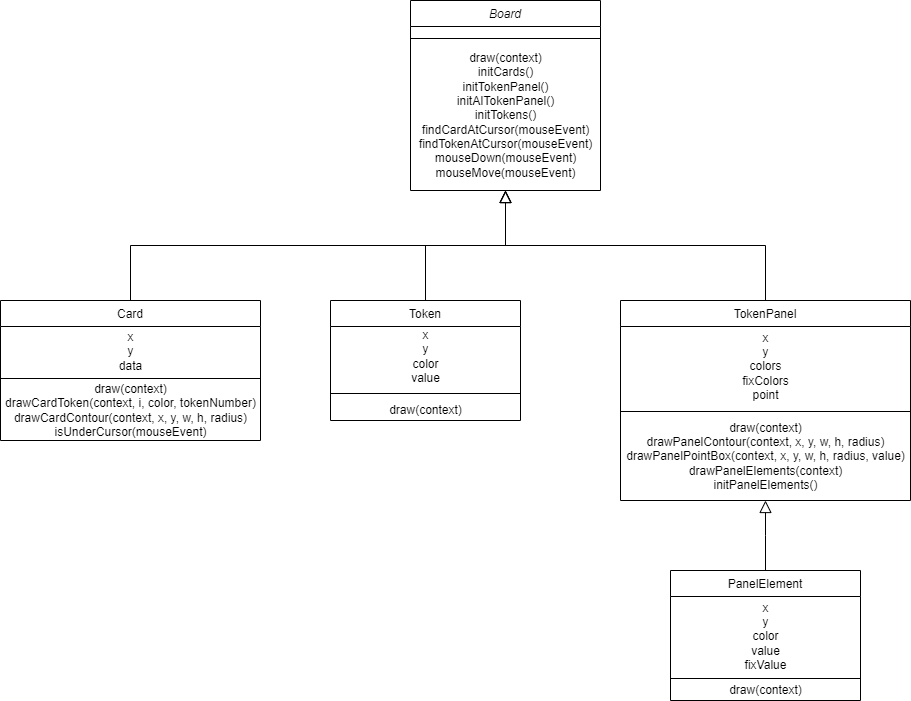
Before: docs/Spelndor_UML.png, a diagram exported from draw.io (KollarMaTT/Szakdolgozat). Source tidied: cells renumbered, new cells last; positions are measured from the earlier drawing's top-left corner, leaving out a move shared by most shapes. Its diagram source:
```xml
<mxGraphModel>
  <root>
    <mxCell id="0" />
    <mxCell id="1" parent="0" />
    <mxCell id="2" value="Board" style="swimlane;fontStyle=2;align=center;verticalAlign=top;horizontal=1;startSize=26;rounded=0;shadow=0;strokeWidth=1;" parent="1" vertex="1">
      <mxGeometry x="410" width="190" height="190" as="geometry" />
    </mxCell>
    <mxCell id="3" style="line;html=1;strokeWidth=1;align=left;verticalAlign=middle;spacingTop=-1;spacingLeft=3;spacingRight=3;labelPosition=right;" parent="2" vertex="1">
      <mxGeometry y="26" width="190" height="24" as="geometry" />
    </mxCell>
    <mxCell id="4" value="draw(context)&lt;br&gt;initCards()&lt;br&gt;initTokenPanel()&lt;br&gt;initAITokenPanel()&lt;br&gt;initTokens()&lt;br&gt;findCardAtCursor(mouseEvent)&lt;br&gt;findTokenAtCursor(mouseEvent)&lt;br&gt;mouseDown(mouseEvent)&lt;br&gt;mouseMove(mouseEvent)&lt;br&gt;" style="text;html=1;align=center;verticalAlign=middle;strokeColor=none;fillColor=none;" parent="2" vertex="1">
      <mxGeometry y="50" width="190" height="130" as="geometry" />
    </mxCell>
    <mxCell id="5" value="Card" style="swimlane;fontStyle=0;align=center;verticalAlign=top;horizontal=1;startSize=26;rounded=0;shadow=0;strokeWidth=1;" parent="1" vertex="1">
      <mxGeometry y="300" width="260" height="140" as="geometry" />
    </mxCell>
    <mxCell id="6" value="x&lt;br&gt;y&lt;br&gt;data" style="text;html=1;align=center;verticalAlign=middle;strokeColor=none;fillColor=none;" parent="5" vertex="1">
      <mxGeometry y="26" width="260" height="50" as="geometry" />
    </mxCell>
    <mxCell id="7" style="line;html=1;strokeWidth=1;align=left;verticalAlign=middle;spacingTop=-1;spacingLeft=3;spacingRight=3;labelPosition=right;" parent="5" vertex="1">
      <mxGeometry y="76" width="260" height="4" as="geometry" />
    </mxCell>
    <mxCell id="8" value="draw(context)&lt;br&gt;drawCardToken(context, i, color, tokenNumber)&lt;br&gt;drawCardContour(context, x, y, w, h, radius)&lt;br&gt;isUnderCursor(mouseEvent)&lt;br&gt;" style="text;html=1;align=center;verticalAlign=middle;strokeColor=none;fillColor=none;" parent="5" vertex="1">
      <mxGeometry y="80" width="260" height="60" as="geometry" />
    </mxCell>
    <mxCell id="9" style="endArrow=block;endSize=10;endFill=0;shadow=0;strokeWidth=1;rounded=0;edgeStyle=elbowEdgeStyle;elbow=vertical;" parent="1" edge="1" source="5" target="2">
      <mxGeometry relative="1" as="geometry" />
    </mxCell>
    <mxCell id="10" value="TokenPanel" style="swimlane;fontStyle=0;align=center;verticalAlign=top;horizontal=1;startSize=26;rounded=0;shadow=0;strokeWidth=1;" parent="1" vertex="1">
      <mxGeometry x="620" y="300" width="290" height="200" as="geometry" />
    </mxCell>
    <mxCell id="11" value="x&lt;br&gt;y&lt;br&gt;colors&lt;br&gt;fixColors&lt;br&gt;point" style="text;html=1;align=center;verticalAlign=middle;strokeColor=none;fillColor=none;" parent="10" vertex="1">
      <mxGeometry y="26" width="290" height="80" as="geometry" />
    </mxCell>
    <mxCell id="12" style="line;html=1;strokeWidth=1;align=left;verticalAlign=middle;spacingTop=-1;spacingLeft=3;spacingRight=3;labelPosition=right;" parent="10" vertex="1">
      <mxGeometry y="106" width="290" height="10" as="geometry" />
    </mxCell>
    <mxCell id="13" value="draw(context)&lt;br&gt;drawPanelContour(context, x, y, w, h, radius)&lt;br&gt;drawPanelPointBox(context, x, y, w, h, radius, value)&lt;br&gt;drawPanelElements(context)&lt;br&gt;initPanelElements()" style="text;html=1;align=center;verticalAlign=middle;strokeColor=none;fillColor=none;" parent="10" vertex="1">
      <mxGeometry y="116" width="290" height="80" as="geometry" />
    </mxCell>
    <mxCell id="14" style="endArrow=block;endSize=10;endFill=0;shadow=0;strokeWidth=1;rounded=0;edgeStyle=elbowEdgeStyle;elbow=vertical;" parent="1" edge="1" source="10" target="2">
      <mxGeometry relative="1" as="geometry" />
    </mxCell>
    <mxCell id="15" value="Token" style="swimlane;fontStyle=0;align=center;verticalAlign=top;horizontal=1;startSize=26;rounded=0;shadow=0;strokeWidth=1;" parent="1" vertex="1">
      <mxGeometry x="330" y="300" width="190" height="120" as="geometry" />
    </mxCell>
    <mxCell id="16" value="x&lt;br&gt;y&lt;br&gt;color&lt;br&gt;value" style="text;html=1;align=center;verticalAlign=middle;strokeColor=none;fillColor=none;" parent="15" vertex="1">
      <mxGeometry y="26" width="190" height="60" as="geometry" />
    </mxCell>
    <mxCell id="17" style="line;html=1;strokeWidth=1;align=left;verticalAlign=middle;spacingTop=-1;spacingLeft=3;spacingRight=3;labelPosition=right;" parent="15" vertex="1">
      <mxGeometry y="86" width="190" height="14" as="geometry" />
    </mxCell>
    <mxCell id="18" value="draw(context)" style="text;html=1;align=center;verticalAlign=middle;strokeColor=none;fillColor=none;" parent="15" vertex="1">
      <mxGeometry y="100" width="190" height="20" as="geometry" />
    </mxCell>
    <mxCell id="19" style="endArrow=block;endSize=10;endFill=0;shadow=0;strokeWidth=1;rounded=0;edgeStyle=elbowEdgeStyle;elbow=vertical;exitX=0.5;exitY=0;exitDx=0;exitDy=0;entryX=0.5;entryY=1;entryDx=0;entryDy=0;" parent="1" edge="1" source="15" target="2">
      <mxGeometry relative="1" as="geometry" />
    </mxCell>
    <mxCell id="20" value="PanelElement" style="swimlane;fontStyle=0;align=center;verticalAlign=top;horizontal=1;startSize=26;rounded=0;shadow=0;strokeWidth=1;" parent="1" vertex="1">
      <mxGeometry x="670" y="570" width="190" height="130" as="geometry" />
    </mxCell>
    <mxCell id="21" value="x&lt;br&gt;y&lt;br&gt;color&lt;br&gt;value&lt;br&gt;fixValue" style="text;html=1;align=center;verticalAlign=middle;strokeColor=none;fillColor=none;" parent="20" vertex="1">
      <mxGeometry y="26" width="190" height="80" as="geometry" />
    </mxCell>
    <mxCell id="22" style="line;html=1;strokeWidth=1;align=left;verticalAlign=middle;spacingTop=-1;spacingLeft=3;spacingRight=3;labelPosition=right;" parent="20" vertex="1">
      <mxGeometry y="106" width="190" height="4" as="geometry" />
    </mxCell>
    <mxCell id="23" value="draw(context)&lt;br&gt;" style="text;html=1;align=center;verticalAlign=middle;strokeColor=none;fillColor=none;" parent="20" vertex="1">
      <mxGeometry y="110" width="190" height="20" as="geometry" />
    </mxCell>
    <mxCell id="24" style="endArrow=block;endSize=10;endFill=0;shadow=0;strokeWidth=1;rounded=0;edgeStyle=elbowEdgeStyle;elbow=vertical;entryX=0.5;entryY=1;entryDx=0;entryDy=0;exitX=0.5;exitY=0;exitDx=0;exitDy=0;" parent="1" edge="1" source="20" target="10">
      <mxGeometry relative="1" as="geometry" />
    </mxCell>
  </root>
</mxGraphModel>
```
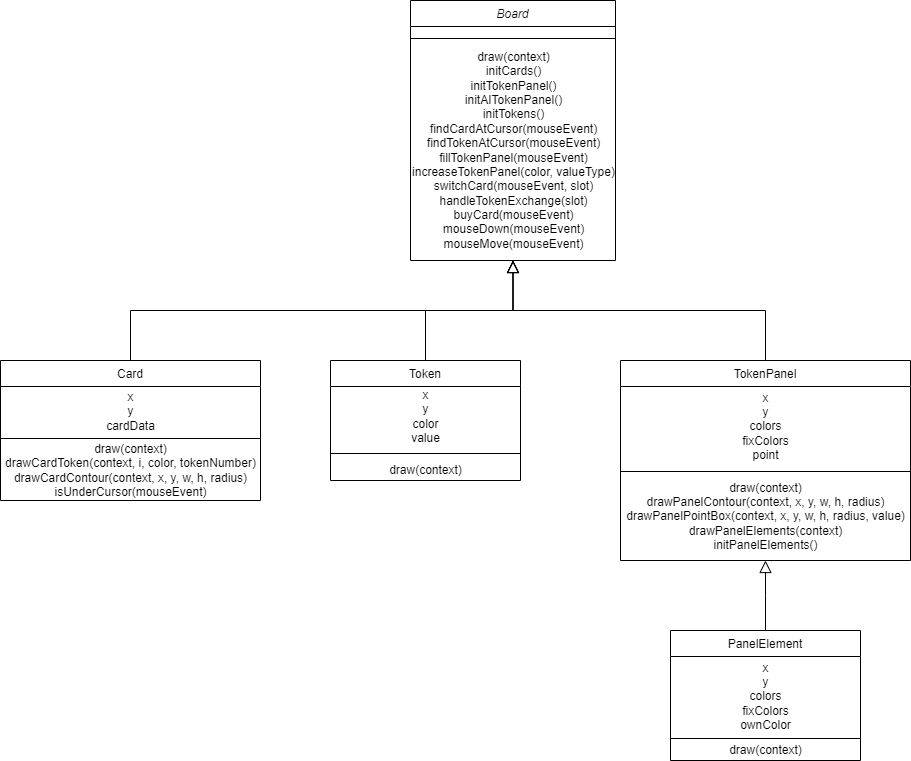
The same diagram one commit later.

What changed in the source:
```diff
@@ -3,18 +3,18 @@
     <mxCell id="0" />
     <mxCell id="1" parent="0" />
     <mxCell id="2" value="Board" style="swimlane;fontStyle=2;align=center;verticalAlign=top;horizontal=1;startSize=26;rounded=0;shadow=0;strokeWidth=1;" parent="1" vertex="1">
-      <mxGeometry x="410" width="190" height="190" as="geometry" />
+      <mxGeometry x="410" y="-60" width="205" height="260" as="geometry" />
     </mxCell>
     <mxCell id="3" style="line;html=1;strokeWidth=1;align=left;verticalAlign=middle;spacingTop=-1;spacingLeft=3;spacingRight=3;labelPosition=right;" parent="2" vertex="1">
-      <mxGeometry y="26" width="190" height="24" as="geometry" />
+      <mxGeometry y="26" width="205" height="24" as="geometry" />
     </mxCell>
-    <mxCell id="4" value="draw(context)&lt;br&gt;initCards()&lt;br&gt;initTokenPanel()&lt;br&gt;initAITokenPanel()&lt;br&gt;initTokens()&lt;br&gt;findCardAtCursor(mouseEvent)&lt;br&gt;findTokenAtCursor(mouseEvent)&lt;br&gt;mouseDown(mouseEvent)&lt;br&gt;mouseMove(mouseEvent)&lt;br&gt;" style="text;html=1;align=center;verticalAlign=middle;strokeColor=none;fillColor=none;" parent="2" vertex="1">
-      <mxGeometry y="50" width="190" height="130" as="geometry" />
+    <mxCell id="4" value="draw(context)&lt;br&gt;initCards()&lt;br&gt;initTokenPanel()&lt;br&gt;initAITokenPanel()&lt;br&gt;initTokens()&lt;br&gt;findCardAtCursor(mouseEvent)&lt;br&gt;findTokenAtCursor(mouseEvent)&lt;br&gt;fillTokenPanel(mouseEvent)&lt;br&gt;increaseTokenPanel(color, valueType)&lt;br&gt;switchCard(mouseEvent, slot)&lt;br&gt;handleTokenExchange(slot)&lt;br&gt;buyCard(mouseEvent)&lt;br&gt;mouseDown(mouseEvent)&lt;br&gt;mouseMove(mouseEvent)" style="text;html=1;align=center;verticalAlign=middle;strokeColor=none;fillColor=none;" parent="2" vertex="1">
+      <mxGeometry y="50" width="205" height="200" as="geometry" />
     </mxCell>
     <mxCell id="5" value="Card" style="swimlane;fontStyle=0;align=center;verticalAlign=top;horizontal=1;startSize=26;rounded=0;shadow=0;strokeWidth=1;" parent="1" vertex="1">
       <mxGeometry y="300" width="260" height="140" as="geometry" />
     </mxCell>
-    <mxCell id="6" value="x&lt;br&gt;y&lt;br&gt;data" style="text;html=1;align=center;verticalAlign=middle;strokeColor=none;fillColor=none;" parent="5" vertex="1">
+    <mxCell id="6" value="x&lt;br&gt;y&lt;br&gt;cardData" style="text;html=1;align=center;verticalAlign=middle;strokeColor=none;fillColor=none;" parent="5" vertex="1">
       <mxGeometry y="26" width="260" height="50" as="geometry" />
     </mxCell>
     <mxCell id="7" style="line;html=1;strokeWidth=1;align=left;verticalAlign=middle;spacingTop=-1;spacingLeft=3;spacingRight=3;labelPosition=right;" parent="5" vertex="1">
@@ -59,7 +59,7 @@
     <mxCell id="20" value="PanelElement" style="swimlane;fontStyle=0;align=center;verticalAlign=top;horizontal=1;startSize=26;rounded=0;shadow=0;strokeWidth=1;" parent="1" vertex="1">
       <mxGeometry x="670" y="570" width="190" height="130" as="geometry" />
     </mxCell>
-    <mxCell id="21" value="x&lt;br&gt;y&lt;br&gt;color&lt;br&gt;value&lt;br&gt;fixValue" style="text;html=1;align=center;verticalAlign=middle;strokeColor=none;fillColor=none;" parent="20" vertex="1">
+    <mxCell id="21" value="x&lt;br&gt;y&lt;br&gt;colors&lt;br&gt;fixColors&lt;br&gt;ownColor" style="text;html=1;align=center;verticalAlign=middle;strokeColor=none;fillColor=none;" parent="20" vertex="1">
       <mxGeometry y="26" width="190" height="80" as="geometry" />
     </mxCell>
     <mxCell id="22" style="line;html=1;strokeWidth=1;align=left;verticalAlign=middle;spacingTop=-1;spacingLeft=3;spacingRight=3;labelPosition=right;" parent="20" vertex="1">
```
